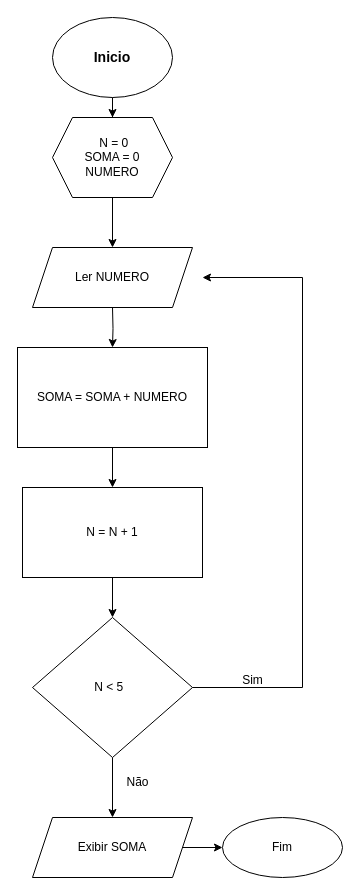
The draw.io diagram Atividades_LP1/Atividade2Questão2.drawio in Hevee06/Projetos_Diagrama.oi, before the edit. Source tidied: cells renumbered, new cells numbered last; positions are measured from the earlier drawing's top-left corner, leaving out a move shared by most shapes. Both pictures are drawn from the tidied source at 100%, with x=0, y=0 at pixel (17, 17).
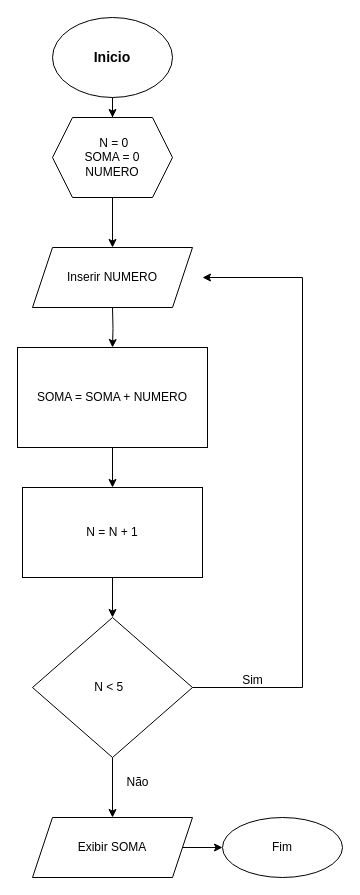
The same page after the edit.

The edit, as a diff of the source:
```diff
@@
-    <mxCell id="4" value="Ler NUMERO" style="shape=parallelogram;perimeter=parallelogramPerimeter;whiteSpace=wrap;html=1;fixedSize=1;" parent="1" vertex="1">
+    <mxCell id="4" value="Inserir NUMERO" style="shape=parallelogram;perimeter=parallelogramPerimeter;whiteSpace=wrap;html=1;fixedSize=1;" parent="1" vertex="1">
       <mxGeometry x="15" y="230" width="160" height="60" as="geometry" />
     </mxCell>
```
